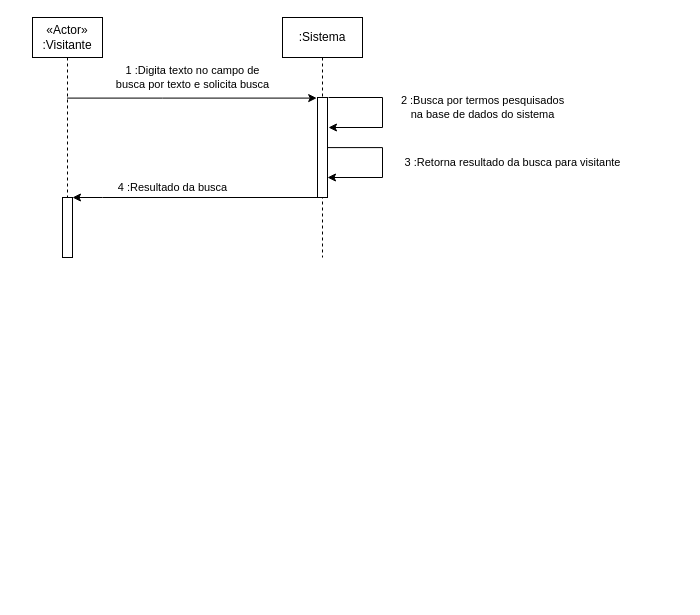
Earlier version of the draw.io diagram Untitled Diagram.drawio (JorgeEduardoFOS/ecommercepet). Source tidied: cells renumbered, new cells numbered last; positions are measured from the earlier drawing's top-left corner, leaving out a move shared by most shapes. Both pictures are drawn from the tidied source at 100%, with x=0, y=0 at pixel (32, 17).
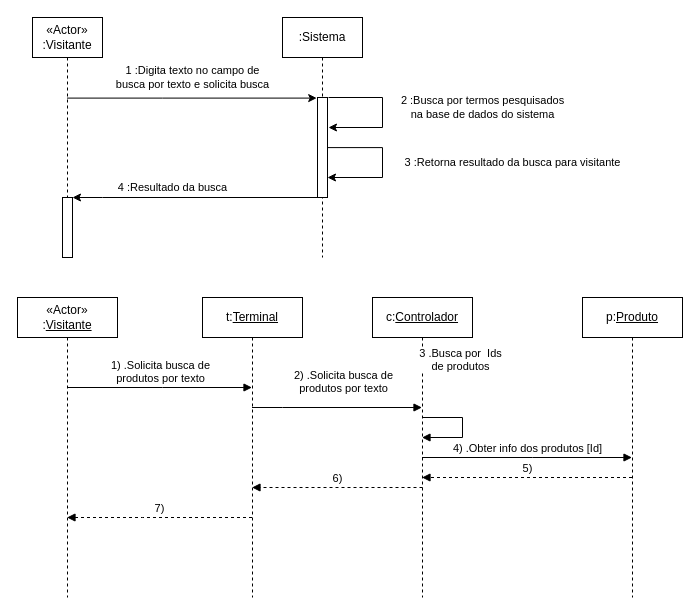
After the change.

Diff of the diagram source:
```diff
@@
+    <mxCell id="10" value="&lt;div&gt;«Actor»&lt;/div&gt;:&lt;u&gt;Visitante&lt;/u&gt;" style="shape=umlLifeline;perimeter=lifelinePerimeter;whiteSpace=wrap;html=1;outlineConnect=0;" parent="1" vertex="1">
+      <mxGeometry x="-15" y="280" width="100" height="300" as="geometry" />
+    </mxCell>
+    <mxCell id="11" value="t:&lt;u&gt;Terminal&lt;/u&gt;" style="shape=umlLifeline;perimeter=lifelinePerimeter;whiteSpace=wrap;html=1;outlineConnect=0;" parent="1" vertex="1">
+      <mxGeometry x="170" y="280" width="100" height="300" as="geometry" />
+    </mxCell>
+    <mxCell id="12" value="c:&lt;u&gt;Controlador&lt;/u&gt;" style="shape=umlLifeline;perimeter=lifelinePerimeter;whiteSpace=wrap;html=1;outlineConnect=0;" parent="1" vertex="1">
+      <mxGeometry x="340" y="280" width="100" height="300" as="geometry" />
+    </mxCell>
+    <mxCell id="13" value="p:&lt;u&gt;Produto&lt;/u&gt;" style="shape=umlLifeline;perimeter=lifelinePerimeter;whiteSpace=wrap;html=1;outlineConnect=0;" parent="1" vertex="1">
+      <mxGeometry x="550" y="280" width="100" height="300" as="geometry" />
+    </mxCell>
+    <mxCell id="14" value="&lt;div&gt;1) .Solicita busca de&lt;/div&gt;&lt;div&gt;produtos por texto&lt;/div&gt;" style="html=1;verticalAlign=bottom;endArrow=block;rounded=0;" parent="1" edge="1" source="10" target="11">
+      <mxGeometry relative="1" as="geometry">
+        <Array as="points">
+          <mxPoint x="130" y="370" />
+        </Array>
+      </mxGeometry>
+    </mxCell>
+    <mxCell id="15" value="&lt;div&gt;3 .Busca por&amp;nbsp; Ids&lt;/div&gt;&lt;div&gt;de produtos &lt;/div&gt;" style="html=1;verticalAlign=bottom;endArrow=block;rounded=0;" parent="1" edge="1" source="12" target="12">
+      <mxGeometry x="-0.2" y="32" relative="1" as="geometry">
+        <Array as="points">
+          <mxPoint x="430" y="400" />
+          <mxPoint x="430" y="420" />
+        </Array>
+        <mxPoint x="-2" y="-10" as="offset" />
+      </mxGeometry>
+    </mxCell>
+    <mxCell id="16" value="&lt;div&gt;2) .Solicita busca de&lt;/div&gt;&lt;div&gt;produtos por texto&lt;/div&gt;" style="html=1;verticalAlign=bottom;endArrow=block;rounded=0;" parent="1" edge="1" source="11" target="12">
+      <mxGeometry x="0.06" y="10" relative="1" as="geometry">
+        <Array as="points">
+          <mxPoint x="250" y="390" />
+        </Array>
+        <mxPoint x="1" as="offset" />
+      </mxGeometry>
+    </mxCell>
+    <mxCell id="17" value="4) .Obter info dos produtos [Id]" style="html=1;verticalAlign=bottom;endArrow=block;rounded=0;" parent="1" edge="1" source="12" target="13">
+      <mxGeometry relative="1" as="geometry">
+        <Array as="points">
+          <mxPoint x="500" y="440" />
+        </Array>
+      </mxGeometry>
+    </mxCell>
+    <mxCell id="18" value="5) " style="html=1;verticalAlign=bottom;endArrow=block;rounded=0;dashed=1;" parent="1" edge="1" source="13" target="12">
+      <mxGeometry relative="1" as="geometry">
+        <Array as="points">
+          <mxPoint x="410" y="460" />
+        </Array>
+      </mxGeometry>
+    </mxCell>
+    <mxCell id="19" value="6) " style="html=1;verticalAlign=bottom;endArrow=block;rounded=0;dashed=1;" parent="1" edge="1" target="11">
+      <mxGeometry relative="1" as="geometry">
+        <mxPoint x="390" y="470" as="sourcePoint" />
+        <Array as="points">
+          <mxPoint x="350" y="470" />
+        </Array>
+      </mxGeometry>
+    </mxCell>
+    <mxCell id="20" value="7)" style="html=1;verticalAlign=bottom;endArrow=block;rounded=0;dashed=1;" parent="1" edge="1" source="11" target="10">
+      <mxGeometry relative="1" as="geometry">
+        <Array as="points">
+          <mxPoint x="110" y="500" />
+        </Array>
+      </mxGeometry>
+    </mxCell>
```
